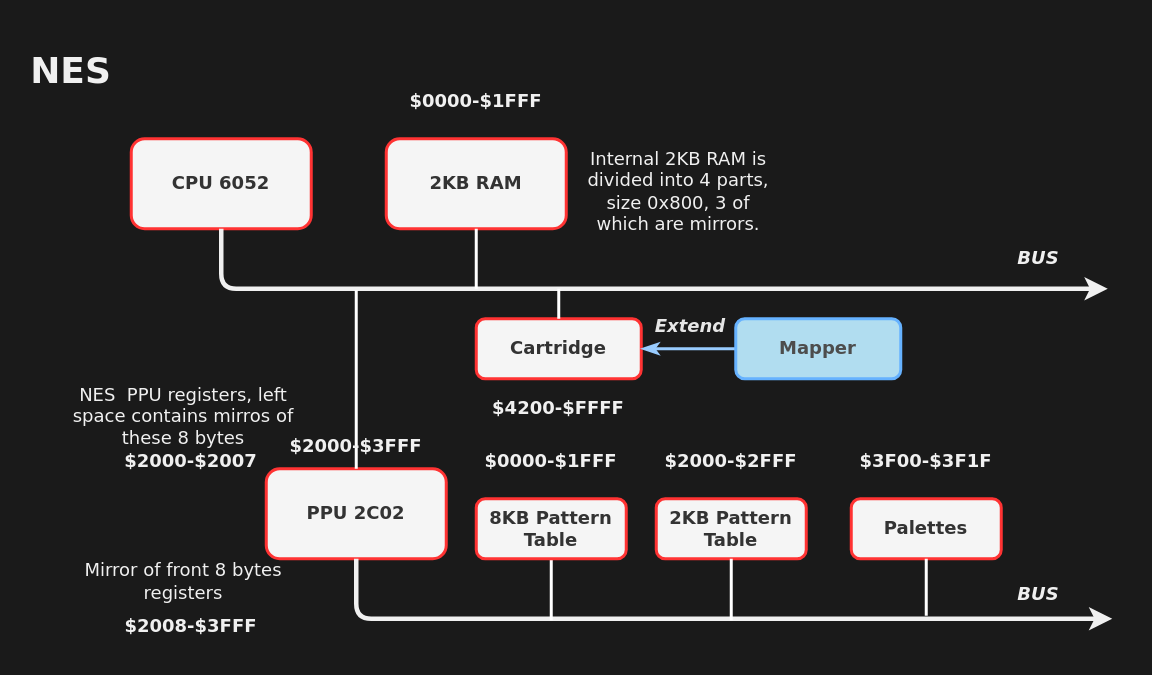
Before: assets/nes_structure.drawio in HangX-Ma/tinynes, a draw.io diagram. Source tidied: cells renumbered, new cells numbered last; positions are measured from the earlier drawing's top-left corner, leaving out a move shared by most shapes. Both pictures are drawn from the tidied source at 150%, with x=0, y=0 at pixel (26, 48).
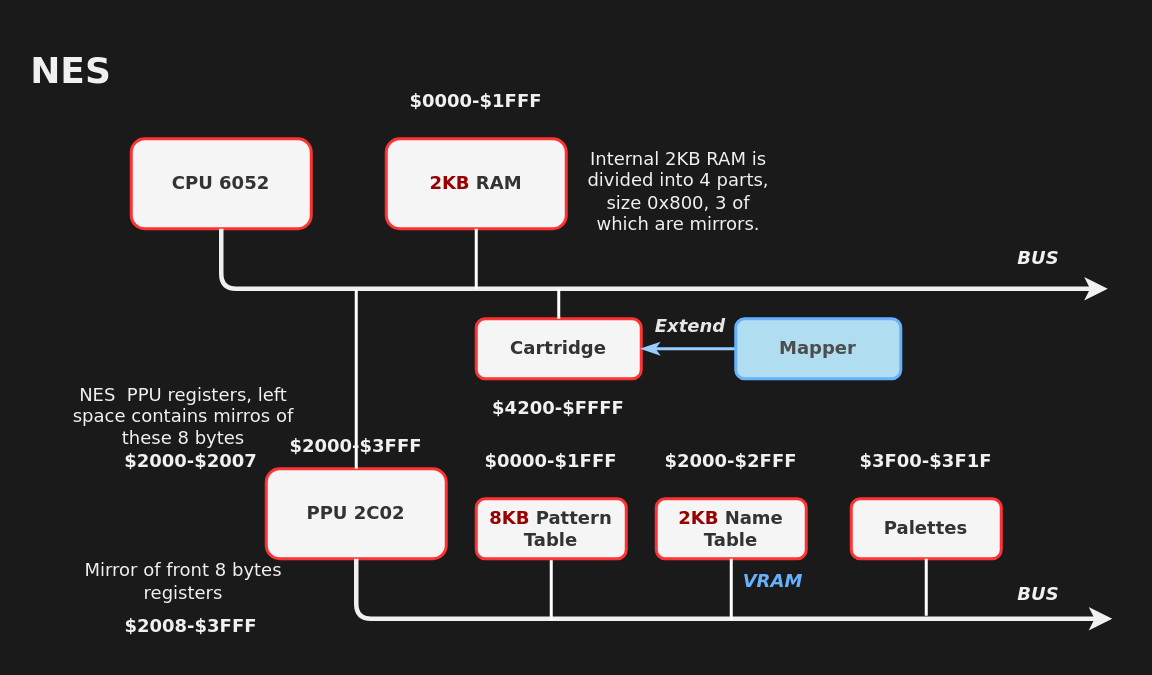
The same page after the edit.

Change to the diagram source:
```diff
@@
-    <mxCell id="5" value="2KB RAM" style="whiteSpace=wrap;html=1;fontFamily=Verdana;fontStyle=1;labelBackgroundColor=none;rounded=1;glass=0;shadow=0;fillColor=#f5f5f5;strokeColor=#FF3333;fillStyle=solid;fontColor=#333333;labelBorderColor=none;strokeWidth=2;" parent="1" vertex="1">
+    <mxCell id="5" value="&lt;font color=&quot;#990000&quot;&gt;2KB&lt;/font&gt; RAM" style="whiteSpace=wrap;html=1;fontFamily=Verdana;fontStyle=1;labelBackgroundColor=none;rounded=1;glass=0;shadow=0;fillColor=#f5f5f5;strokeColor=#FF3333;fillStyle=solid;fontColor=#333333;labelBorderColor=none;strokeWidth=2;" parent="1" vertex="1">
       <mxGeometry x="240" y="60" width="120" height="60" as="geometry" />
     </mxCell>
@@
-    <mxCell id="18" value="8KB Pattern Table" style="whiteSpace=wrap;html=1;fontFamily=Verdana;fontStyle=1;labelBackgroundColor=none;rounded=1;glass=0;shadow=0;fillColor=#f5f5f5;strokeColor=#FF3333;fillStyle=solid;fontColor=#333333;labelBorderColor=none;strokeWidth=2;" parent="1" vertex="1">
+    <mxCell id="18" value="&lt;font color=&quot;#990000&quot;&gt;8KB&lt;/font&gt; Pattern Table" style="whiteSpace=wrap;html=1;fontFamily=Verdana;fontStyle=1;labelBackgroundColor=none;rounded=1;glass=0;shadow=0;fillColor=#f5f5f5;strokeColor=#FF3333;fillStyle=solid;fontColor=#333333;labelBorderColor=none;strokeWidth=2;" parent="1" vertex="1">
       <mxGeometry x="300" y="300" width="100" height="40" as="geometry" />
     </mxCell>
-    <mxCell id="19" value="2KB Pattern Table" style="whiteSpace=wrap;html=1;fontFamily=Verdana;fontStyle=1;labelBackgroundColor=none;rounded=1;glass=0;shadow=0;fillColor=#f5f5f5;strokeColor=#FF3333;fillStyle=solid;fontColor=#333333;labelBorderColor=none;strokeWidth=2;" parent="1" vertex="1">
+    <mxCell id="19" value="&lt;font color=&quot;#990000&quot;&gt;2KB&lt;/font&gt; Name Table" style="whiteSpace=wrap;html=1;fontFamily=Verdana;fontStyle=1;labelBackgroundColor=none;rounded=1;glass=0;shadow=0;fillColor=#f5f5f5;strokeColor=#FF3333;fillStyle=solid;fontColor=#333333;labelBorderColor=none;strokeWidth=2;" parent="1" vertex="1">
       <mxGeometry x="420" y="300" width="100" height="40" as="geometry" />
     </mxCell>
@@
+    <mxCell id="34" value="&lt;b&gt;&lt;i&gt;&lt;font style=&quot;&quot; face=&quot;Verdana&quot; color=&quot;#66b2ff&quot;&gt;VRAM&lt;/font&gt;&lt;/i&gt;&lt;/b&gt;" style="text;align=center;html=1;verticalAlign=middle;whiteSpace=wrap;rounded=0;labelBackgroundColor=none;" parent="1" vertex="1">
+      <mxGeometry x="468" y="340" width="60" height="30" as="geometry" />
+    </mxCell>
```
